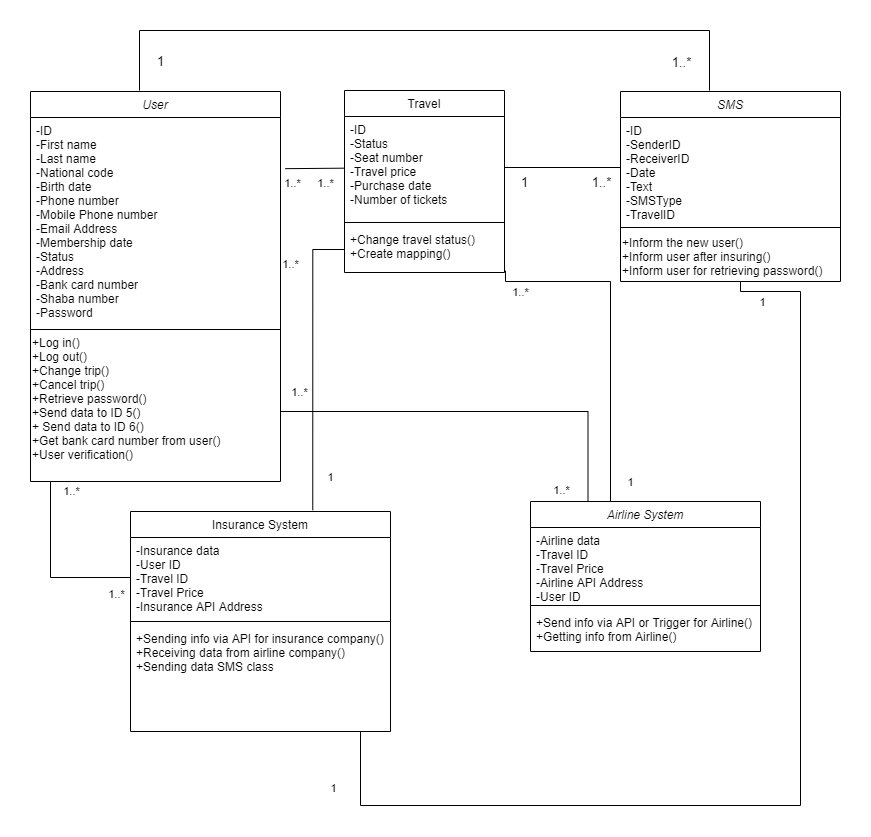
Earlier version of the draw.io export Lab-06 (CRC Cards & Class Diagram)/Class Diagram.png (travel-insurance-worker/SE1-Project-material). Source tidied: cells renumbered, new cells last; positions are measured from the earlier drawing's top-left corner, leaving out a move shared by most shapes. The source it was exported from:
```xml
<mxGraphModel>
  <root>
    <mxCell id="0" />
    <mxCell id="1" parent="0" />
    <mxCell id="2" value="Airline System" style="swimlane;fontStyle=2;align=center;verticalAlign=top;horizontal=1;startSize=26;rounded=0;shadow=0;strokeWidth=1;" parent="1" vertex="1">
      <mxGeometry x="500" y="471" width="230" height="150" as="geometry" />
    </mxCell>
    <mxCell id="3" value="-Airline data&#10;-Travel ID&#10;-Travel Price&#10;-Airline API Address&#10;-User ID" style="text;align=left;verticalAlign=top;spacingLeft=4;spacingRight=4;overflow=hidden;" parent="2" vertex="1">
      <mxGeometry y="26" width="230" height="74" as="geometry" />
    </mxCell>
    <mxCell id="4" style="line;html=1;strokeWidth=1;align=left;verticalAlign=middle;spacingTop=-1;spacingLeft=3;spacingRight=3;labelPosition=right;" parent="2" vertex="1">
      <mxGeometry y="100" width="230" height="8" as="geometry" />
    </mxCell>
    <mxCell id="5" value="+Send info via API or Trigger for Airline()&#10;+Getting info from Airline()" style="text;align=left;verticalAlign=top;spacingLeft=4;spacingRight=4;overflow=hidden;" parent="2" vertex="1">
      <mxGeometry y="108" width="230" height="42" as="geometry" />
    </mxCell>
    <mxCell id="6" value="User" style="swimlane;fontStyle=2;align=center;verticalAlign=top;horizontal=1;startSize=26;rounded=0;shadow=0;strokeWidth=1;" parent="1" vertex="1">
      <mxGeometry y="61" width="250" height="390" as="geometry" />
    </mxCell>
    <mxCell id="7" value="-ID&#10;-First name&#10;-Last name&#10;-National code&#10;-Birth date&#10;-Phone number&#10;-Mobile Phone number&#10;-Email Address&#10;-Membership date&#10;-Status&#10;-Address&#10;-Bank card number&#10;-Shaba number&#10;-Password&#10;" style="text;align=left;verticalAlign=top;spacingLeft=4;spacingRight=4;overflow=hidden;points=[[0,0.5],[1,0.5]];portConstraint=eastwest;" parent="6" vertex="1">
      <mxGeometry y="26" width="250" height="208" as="geometry" />
    </mxCell>
    <mxCell id="8" style="line;html=1;strokeWidth=1;align=left;verticalAlign=middle;spacingTop=-1;spacingLeft=3;spacingRight=3;labelPosition=right;" parent="6" vertex="1">
      <mxGeometry y="234" width="250" height="8" as="geometry" />
    </mxCell>
    <mxCell id="9" value="&lt;font style=&quot;font-size: 12px&quot;&gt;&lt;span&gt;+Log in()&lt;/span&gt;&lt;br&gt;&lt;span&gt;+Log out()&lt;/span&gt;&lt;br&gt;&lt;span&gt;+Change trip()&lt;/span&gt;&lt;br&gt;&lt;span&gt;+Cancel trip()&lt;/span&gt;&lt;br&gt;&lt;span&gt;+Retrieve password()&lt;/span&gt;&lt;br&gt;&lt;span&gt;+Send data to ID 5()&lt;/span&gt;&lt;br&gt;&lt;span&gt;+ Send data to ID 6()&lt;/span&gt;&lt;br&gt;&lt;span&gt;+Get bank card number from user()&lt;/span&gt;&lt;br&gt;&lt;span&gt;+&lt;/span&gt;&lt;span id=&quot;docs-internal-guid-2c63cc15-7fff-bf6a-2484-b9ad7f8b5074&quot;&gt;&lt;span style=&quot;font-family: &amp;#34;arial&amp;#34; ; background-color: transparent ; vertical-align: baseline&quot;&gt;&lt;font style=&quot;font-size: 12px&quot;&gt;User verification()&lt;/font&gt;&lt;/span&gt;&lt;/span&gt;&lt;/font&gt;" style="text;html=1;align=left;verticalAlign=middle;points=[];" parent="6" vertex="1">
      <mxGeometry y="242" width="250" height="130" as="geometry" />
    </mxCell>
    <mxCell id="10" style="edgeStyle=orthogonalEdgeStyle;rounded=0;orthogonalLoop=1;jettySize=auto;html=1;entryX=0.5;entryY=0;entryDx=0;entryDy=0;startArrow=none;startFill=0;endArrow=none;endFill=0;" parent="1" edge="1">
      <mxGeometry relative="1" as="geometry">
        <mxPoint x="679" y="60" as="sourcePoint" />
        <mxPoint x="109" y="60" as="targetPoint" />
        <Array as="points">
          <mxPoint x="679" />
          <mxPoint x="109" />
        </Array>
      </mxGeometry>
    </mxCell>
    <mxCell id="11" value="1..*" style="edgeLabel;html=1;align=center;verticalAlign=middle;fontSize=13;" parent="10" vertex="1">
      <mxGeometry x="-0.95" y="2" relative="1" as="geometry">
        <mxPoint x="-27" y="-13" as="offset" />
      </mxGeometry>
    </mxCell>
    <mxCell id="12" value="1" style="edgeLabel;html=1;align=center;verticalAlign=middle;fontSize=13;" parent="10" vertex="1">
      <mxGeometry x="0.89" y="-1" relative="1" as="geometry">
        <mxPoint x="22" y="9.9" as="offset" />
      </mxGeometry>
    </mxCell>
    <mxCell id="13" value="SMS" style="swimlane;fontStyle=2;align=center;verticalAlign=top;horizontal=1;startSize=26;rounded=0;shadow=0;strokeWidth=1;" parent="1" vertex="1">
      <mxGeometry x="590" y="61" width="220" height="190" as="geometry" />
    </mxCell>
    <mxCell id="14" value="-ID&#10;-SenderID&#10;-ReceiverID&#10;-Date&#10;-Text&#10;-SMSType&#10;-TravelID&#10;" style="text;align=left;verticalAlign=top;spacingLeft=4;spacingRight=4;overflow=hidden;" parent="13" vertex="1">
      <mxGeometry y="26" width="220" height="106" as="geometry" />
    </mxCell>
    <mxCell id="15" style="line;html=1;strokeWidth=1;align=left;verticalAlign=middle;spacingTop=-1;spacingLeft=3;spacingRight=3;labelPosition=right;" parent="13" vertex="1">
      <mxGeometry y="132" width="220" height="8" as="geometry" />
    </mxCell>
    <mxCell id="16" value="+Inform the new user()&lt;br&gt;+Inform user after insuring()&lt;br&gt;+Inform user for retrieving password()" style="text;html=1;align=left;verticalAlign=middle;" parent="13" vertex="1">
      <mxGeometry y="140" width="220" height="50" as="geometry" />
    </mxCell>
    <mxCell id="17" value="Travel" style="swimlane;fontStyle=0;align=center;verticalAlign=top;horizontal=1;startSize=26;rounded=0;shadow=0;strokeWidth=1;" parent="1" vertex="1">
      <mxGeometry x="314" y="60" width="160" height="182" as="geometry" />
    </mxCell>
    <mxCell id="18" value="-ID&#10;-Status&#10;-Seat number&#10;-Travel price&#10;-Purchase date&#10;-Number of tickets" style="text;align=left;verticalAlign=top;spacingLeft=4;spacingRight=4;overflow=hidden;points=[[0,0.5],[1,0.5]];portConstraint=eastwest;" parent="17" vertex="1">
      <mxGeometry y="26" width="160" height="102" as="geometry" />
    </mxCell>
    <mxCell id="19" style="line;html=1;strokeWidth=1;align=left;verticalAlign=middle;spacingTop=-1;spacingLeft=3;spacingRight=3;labelPosition=right;" parent="17" vertex="1">
      <mxGeometry y="128" width="160" height="8" as="geometry" />
    </mxCell>
    <mxCell id="20" value="+Change travel status()&#10;+Create mapping()" style="text;align=left;verticalAlign=top;spacingLeft=4;spacingRight=4;overflow=hidden;points=[[0,0.5],[1,0.5]];portConstraint=eastwest;" parent="17" vertex="1">
      <mxGeometry y="136" width="160" height="46" as="geometry" />
    </mxCell>
    <mxCell id="21" value="Insurance System" style="swimlane;fontStyle=0;align=center;verticalAlign=top;horizontal=1;startSize=26;rounded=0;shadow=0;strokeWidth=1;" parent="1" vertex="1">
      <mxGeometry x="100" y="481" width="260" height="220" as="geometry" />
    </mxCell>
    <mxCell id="22" value="-Insurance data&#10;-User ID&#10;-Travel ID&#10;-Travel Price&#10;-Insurance API Address" style="text;align=left;verticalAlign=top;spacingLeft=4;spacingRight=4;overflow=hidden;points=[[0,0.5],[1,0.5]];portConstraint=eastwest;" parent="21" vertex="1">
      <mxGeometry y="26" width="260" height="80" as="geometry" />
    </mxCell>
    <mxCell id="23" style="line;html=1;strokeWidth=1;align=left;verticalAlign=middle;spacingTop=-1;spacingLeft=3;spacingRight=3;labelPosition=right;" parent="21" vertex="1">
      <mxGeometry y="106" width="260" height="8" as="geometry" />
    </mxCell>
    <mxCell id="24" value="+Sending info via API for insurance company()&#10;+Receiving data from airline company()&#10;+Sending data SMS class" style="text;align=left;verticalAlign=top;spacingLeft=4;spacingRight=4;overflow=hidden;fontStyle=0;" parent="21" vertex="1">
      <mxGeometry y="114" width="260" height="54" as="geometry" />
    </mxCell>
    <mxCell id="25" style="edgeStyle=none;rounded=0;jettySize=auto;html=1;entryX=1.019;entryY=0.246;entryDx=0;entryDy=0;entryPerimeter=0;startArrow=none;startFill=0;endArrow=none;endFill=0;" parent="1" edge="1" source="18" target="7">
      <mxGeometry relative="1" as="geometry" />
    </mxCell>
    <mxCell id="26" value="1..*" style="edgeLabel;html=1;align=center;verticalAlign=middle;" parent="25" vertex="1">
      <mxGeometry x="0.77" y="-2" relative="1" as="geometry">
        <mxPoint y="16.7" as="offset" />
      </mxGeometry>
    </mxCell>
    <mxCell id="27" value="1..*" style="edgeLabel;html=1;align=center;verticalAlign=middle;" parent="25" vertex="1">
      <mxGeometry x="-0.77" y="-1" relative="1" as="geometry">
        <mxPoint x="-12" y="15.4" as="offset" />
      </mxGeometry>
    </mxCell>
    <mxCell id="28" style="edgeStyle=orthogonalEdgeStyle;rounded=0;jettySize=auto;html=1;entryX=0.5;entryY=0;entryDx=0;entryDy=0;startArrow=none;startFill=0;endArrow=none;endFill=0;exitX=1.006;exitY=0.961;exitDx=0;exitDy=0;exitPerimeter=0;" parent="1" edge="1" source="20" target="2">
      <mxGeometry relative="1" as="geometry">
        <Array as="points">
          <mxPoint x="475" y="251" />
          <mxPoint x="580" y="251" />
          <mxPoint x="580" y="471" />
        </Array>
      </mxGeometry>
    </mxCell>
    <mxCell id="29" value="1" style="edgeLabel;html=1;align=center;verticalAlign=middle;" parent="28" vertex="1">
      <mxGeometry x="0.84" y="-1" relative="1" as="geometry">
        <mxPoint x="13.8" y="-21" as="offset" />
      </mxGeometry>
    </mxCell>
    <mxCell id="30" value="1..*" style="edgeLabel;html=1;align=center;verticalAlign=middle;" parent="28" vertex="1">
      <mxGeometry x="-0.83" y="-2" relative="1" as="geometry">
        <mxPoint x="-6.2" y="8" as="offset" />
      </mxGeometry>
    </mxCell>
    <mxCell id="31" style="edgeStyle=orthogonalEdgeStyle;rounded=0;jettySize=auto;html=1;entryX=0.701;entryY=-0.006;entryDx=0;entryDy=0;entryPerimeter=0;startArrow=none;startFill=0;endArrow=none;endFill=0;exitX=0;exitY=0.5;exitDx=0;exitDy=0;" parent="1" edge="1" source="20" target="21">
      <mxGeometry relative="1" as="geometry">
        <Array as="points">
          <mxPoint x="282" y="219" />
        </Array>
      </mxGeometry>
    </mxCell>
    <mxCell id="32" value="1..*" style="edgeLabel;html=1;align=center;verticalAlign=middle;" parent="31" vertex="1">
      <mxGeometry x="-0.75" y="10" relative="1" as="geometry">
        <mxPoint x="-32.3" y="9" as="offset" />
      </mxGeometry>
    </mxCell>
    <mxCell id="33" value="1" style="edgeLabel;html=1;align=center;verticalAlign=middle;" parent="31" vertex="1">
      <mxGeometry x="0.77" y="-1" relative="1" as="geometry">
        <mxPoint x="18.7" as="offset" />
      </mxGeometry>
    </mxCell>
    <mxCell id="34" style="edgeStyle=orthogonalEdgeStyle;rounded=0;jettySize=auto;html=1;entryX=0.25;entryY=0;entryDx=0;entryDy=0;startArrow=none;startFill=0;endArrow=none;endFill=0;" parent="1" edge="1" source="9" target="2">
      <mxGeometry relative="1" as="geometry">
        <Array as="points">
          <mxPoint x="558" y="381" />
        </Array>
      </mxGeometry>
    </mxCell>
    <mxCell id="35" value="1..*" style="edgeLabel;html=1;align=center;verticalAlign=middle;" parent="34" vertex="1">
      <mxGeometry x="0.94" y="-3" relative="1" as="geometry">
        <mxPoint x="-24.5" as="offset" />
      </mxGeometry>
    </mxCell>
    <mxCell id="36" value="1..*" style="edgeLabel;html=1;align=center;verticalAlign=middle;" parent="34" vertex="1">
      <mxGeometry x="-0.93" y="4" relative="1" as="geometry">
        <mxPoint x="5" y="-16" as="offset" />
      </mxGeometry>
    </mxCell>
    <mxCell id="37" style="edgeStyle=orthogonalEdgeStyle;rounded=0;jettySize=auto;html=1;startArrow=none;startFill=0;endArrow=none;endFill=0;" parent="1" edge="1" source="22">
      <mxGeometry relative="1" as="geometry">
        <mxPoint x="20" y="451" as="targetPoint" />
      </mxGeometry>
    </mxCell>
    <mxCell id="38" value="1..*" style="edgeLabel;html=1;align=center;verticalAlign=middle;" parent="37" vertex="1">
      <mxGeometry x="-0.83" y="3" relative="1" as="geometry">
        <mxPoint y="13" as="offset" />
      </mxGeometry>
    </mxCell>
    <mxCell id="39" value="1..*" style="edgeLabel;html=1;align=center;verticalAlign=middle;" parent="37" vertex="1">
      <mxGeometry x="0.9" y="1" relative="1" as="geometry">
        <mxPoint x="21" as="offset" />
      </mxGeometry>
    </mxCell>
    <mxCell id="40" style="edgeStyle=orthogonalEdgeStyle;rounded=0;jettySize=auto;html=1;entryX=0.75;entryY=1;entryDx=0;entryDy=0;startArrow=none;startFill=0;endArrow=none;endFill=0;" parent="1" edge="1" target="13">
      <mxGeometry relative="1" as="geometry">
        <mxPoint x="330" y="701" as="sourcePoint" />
        <Array as="points">
          <mxPoint x="770" y="775" />
          <mxPoint x="770" y="261" />
          <mxPoint x="710" y="261" />
          <mxPoint x="710" y="251" />
        </Array>
      </mxGeometry>
    </mxCell>
    <mxCell id="41" value="1" style="edgeLabel;html=1;align=center;verticalAlign=middle;" parent="40" vertex="1">
      <mxGeometry x="0.81" y="3" relative="1" as="geometry">
        <mxPoint x="-30.3" y="7" as="offset" />
      </mxGeometry>
    </mxCell>
    <mxCell id="42" value="1" style="edgeLabel;html=1;align=center;verticalAlign=middle;" parent="40" vertex="1">
      <mxGeometry x="-0.87" y="-1" relative="1" as="geometry">
        <mxPoint x="-26.1" y="-15.4" as="offset" />
      </mxGeometry>
    </mxCell>
    <mxCell id="43" style="edgeStyle=orthogonalEdgeStyle;rounded=0;jettySize=auto;html=1;entryX=1;entryY=0.5;entryDx=0;entryDy=0;startArrow=none;startFill=0;endArrow=none;endFill=0;fontSize=13;" parent="1" edge="1" target="18">
      <mxGeometry relative="1" as="geometry">
        <mxPoint x="590" y="137" as="sourcePoint" />
      </mxGeometry>
    </mxCell>
    <mxCell id="44" value="1..*" style="edgeLabel;html=1;align=center;verticalAlign=middle;fontSize=13;" parent="43" vertex="1">
      <mxGeometry x="-0.77" y="5" relative="1" as="geometry">
        <mxPoint x="-7" y="9" as="offset" />
      </mxGeometry>
    </mxCell>
    <mxCell id="45" value="1" style="edgeLabel;html=1;align=center;verticalAlign=middle;fontSize=13;" parent="43" vertex="1">
      <mxGeometry x="0.68" y="2" relative="1" as="geometry">
        <mxPoint y="12" as="offset" />
      </mxGeometry>
    </mxCell>
  </root>
</mxGraphModel>
```
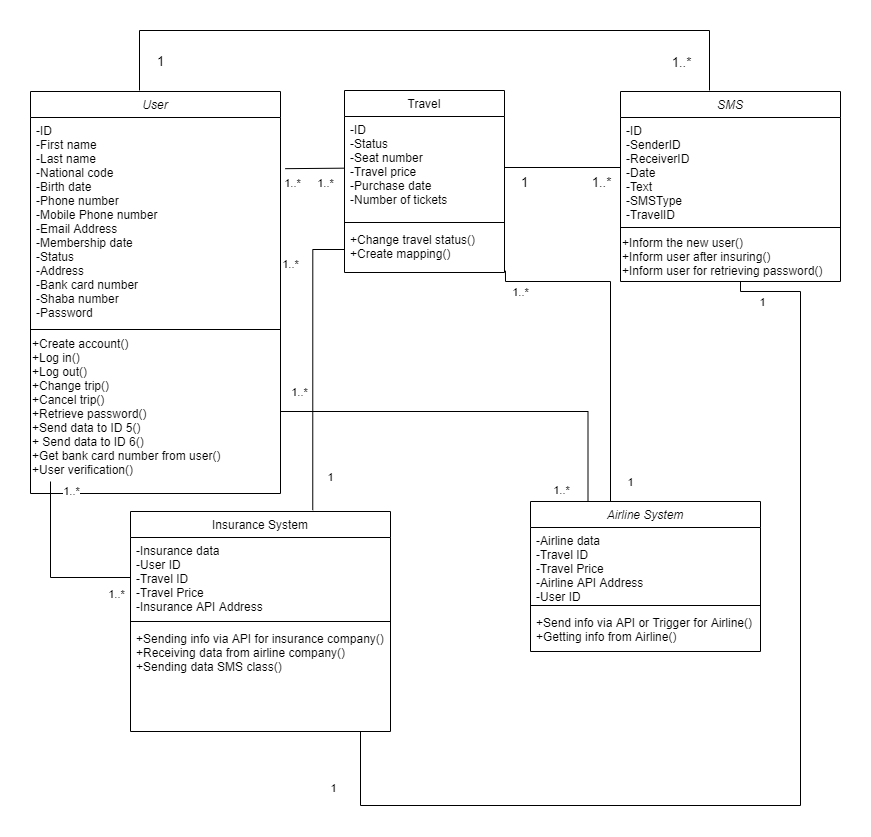
After the change.

Commit message:
Update Class Diagram

What changed in the source:
```diff
@@ -15,7 +15,7 @@
       <mxGeometry y="108" width="230" height="42" as="geometry" />
     </mxCell>
     <mxCell id="6" value="User" style="swimlane;fontStyle=2;align=center;verticalAlign=top;horizontal=1;startSize=26;rounded=0;shadow=0;strokeWidth=1;" parent="1" vertex="1">
-      <mxGeometry y="61" width="250" height="390" as="geometry" />
+      <mxGeometry y="61" width="250" height="402" as="geometry" />
     </mxCell>
     <mxCell id="7" value="-ID&#10;-First name&#10;-Last name&#10;-National code&#10;-Birth date&#10;-Phone number&#10;-Mobile Phone number&#10;-Email Address&#10;-Membership date&#10;-Status&#10;-Address&#10;-Bank card number&#10;-Shaba number&#10;-Password&#10;" style="text;align=left;verticalAlign=top;spacingLeft=4;spacingRight=4;overflow=hidden;points=[[0,0.5],[1,0.5]];portConstraint=eastwest;" parent="6" vertex="1">
       <mxGeometry y="26" width="250" height="208" as="geometry" />
@@ -23,8 +23,8 @@
     <mxCell id="8" style="line;html=1;strokeWidth=1;align=left;verticalAlign=middle;spacingTop=-1;spacingLeft=3;spacingRight=3;labelPosition=right;" parent="6" vertex="1">
       <mxGeometry y="234" width="250" height="8" as="geometry" />
     </mxCell>
-    <mxCell id="9" value="&lt;font style=&quot;font-size: 12px&quot;&gt;&lt;span&gt;+Log in()&lt;/span&gt;&lt;br&gt;&lt;span&gt;+Log out()&lt;/span&gt;&lt;br&gt;&lt;span&gt;+Change trip()&lt;/span&gt;&lt;br&gt;&lt;span&gt;+Cancel trip()&lt;/span&gt;&lt;br&gt;&lt;span&gt;+Retrieve password()&lt;/span&gt;&lt;br&gt;&lt;span&gt;+Send data to ID 5()&lt;/span&gt;&lt;br&gt;&lt;span&gt;+ Send data to ID 6()&lt;/span&gt;&lt;br&gt;&lt;span&gt;+Get bank card number from user()&lt;/span&gt;&lt;br&gt;&lt;span&gt;+&lt;/span&gt;&lt;span id=&quot;docs-internal-guid-2c63cc15-7fff-bf6a-2484-b9ad7f8b5074&quot;&gt;&lt;span style=&quot;font-family: &amp;#34;arial&amp;#34; ; background-color: transparent ; vertical-align: baseline&quot;&gt;&lt;font style=&quot;font-size: 12px&quot;&gt;User verification()&lt;/font&gt;&lt;/span&gt;&lt;/span&gt;&lt;/font&gt;" style="text;html=1;align=left;verticalAlign=middle;points=[];" parent="6" vertex="1">
-      <mxGeometry y="242" width="250" height="130" as="geometry" />
+    <mxCell id="9" value="&lt;font style=&quot;font-size: 12px&quot;&gt;&lt;span&gt;+&lt;/span&gt;&lt;span id=&quot;docs-internal-guid-60ec00ee-7fff-f86a-0932-5620b844307c&quot;&gt;&lt;span style=&quot;font-family: &amp;#34;arial&amp;#34; ; background-color: transparent ; vertical-align: baseline&quot;&gt;Create account()&lt;/span&gt;&lt;/span&gt;&lt;span&gt;&lt;br&gt;+Log in()&lt;/span&gt;&lt;br&gt;&lt;span&gt;+Log out()&lt;/span&gt;&lt;br&gt;&lt;span&gt;+Change trip()&lt;/span&gt;&lt;br&gt;&lt;span&gt;+Cancel trip()&lt;/span&gt;&lt;br&gt;&lt;span&gt;+Retrieve password()&lt;/span&gt;&lt;br&gt;&lt;span&gt;+Send data to ID 5()&lt;/span&gt;&lt;br&gt;&lt;span&gt;+ Send data to ID 6()&lt;/span&gt;&lt;br&gt;&lt;span&gt;+Get bank card number from user()&lt;/span&gt;&lt;br&gt;&lt;span&gt;+&lt;/span&gt;&lt;span id=&quot;docs-internal-guid-2c63cc15-7fff-bf6a-2484-b9ad7f8b5074&quot;&gt;&lt;span style=&quot;font-family: &amp;#34;arial&amp;#34; ; background-color: transparent ; vertical-align: baseline&quot;&gt;&lt;font style=&quot;font-size: 12px&quot;&gt;User verification()&lt;br&gt;&lt;br&gt;&lt;/font&gt;&lt;/span&gt;&lt;/span&gt;&lt;/font&gt;" style="text;html=1;align=left;verticalAlign=middle;points=[];" parent="6" vertex="1">
+      <mxGeometry y="242" width="250" height="160" as="geometry" />
     </mxCell>
     <mxCell id="10" style="edgeStyle=orthogonalEdgeStyle;rounded=0;orthogonalLoop=1;jettySize=auto;html=1;entryX=0.5;entryY=0;entryDx=0;entryDy=0;startArrow=none;startFill=0;endArrow=none;endFill=0;" parent="1" edge="1">
       <mxGeometry relative="1" as="geometry">
@@ -79,7 +79,7 @@
     <mxCell id="23" style="line;html=1;strokeWidth=1;align=left;verticalAlign=middle;spacingTop=-1;spacingLeft=3;spacingRight=3;labelPosition=right;" parent="21" vertex="1">
       <mxGeometry y="106" width="260" height="8" as="geometry" />
     </mxCell>
-    <mxCell id="24" value="+Sending info via API for insurance company()&#10;+Receiving data from airline company()&#10;+Sending data SMS class" style="text;align=left;verticalAlign=top;spacingLeft=4;spacingRight=4;overflow=hidden;fontStyle=0;" parent="21" vertex="1">
+    <mxCell id="24" value="+Sending info via API for insurance company()&#10;+Receiving data from airline company()&#10;+Sending data SMS class()" style="text;align=left;verticalAlign=top;spacingLeft=4;spacingRight=4;overflow=hidden;fontStyle=0;" parent="21" vertex="1">
       <mxGeometry y="114" width="260" height="54" as="geometry" />
     </mxCell>
     <mxCell id="25" style="edgeStyle=none;rounded=0;jettySize=auto;html=1;entryX=1.019;entryY=0.246;entryDx=0;entryDy=0;entryPerimeter=0;startArrow=none;startFill=0;endArrow=none;endFill=0;" parent="1" edge="1" source="18" target="7">
```
